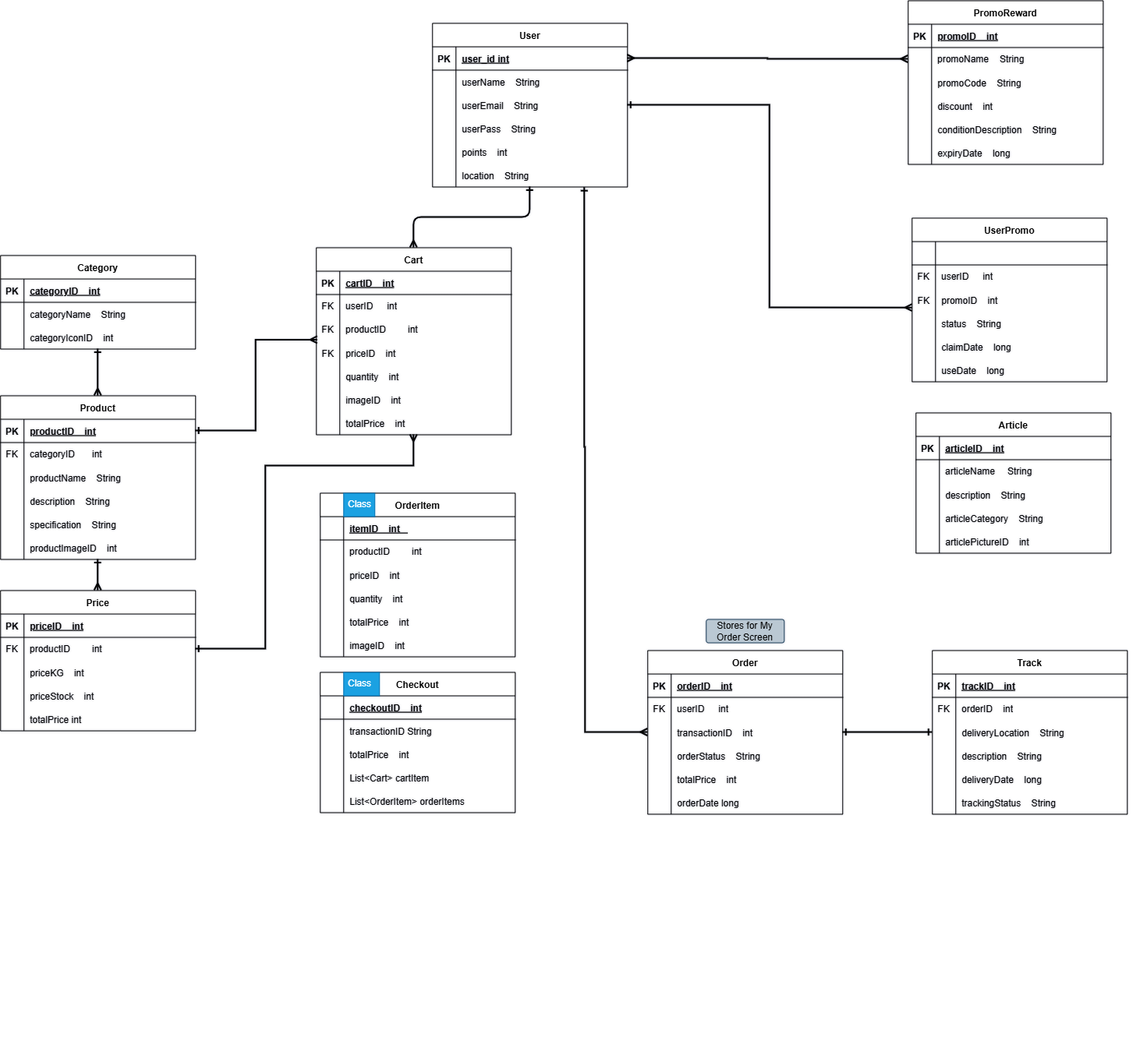
This is Documentation/ERD.png from DevX300/TaniMart-Android-App, a draw.io export, as it was before one commit. Source tidied: cells renumbered, new cells last; positions are measured from the earlier drawing's top-left corner, leaving out a move shared by most shapes.
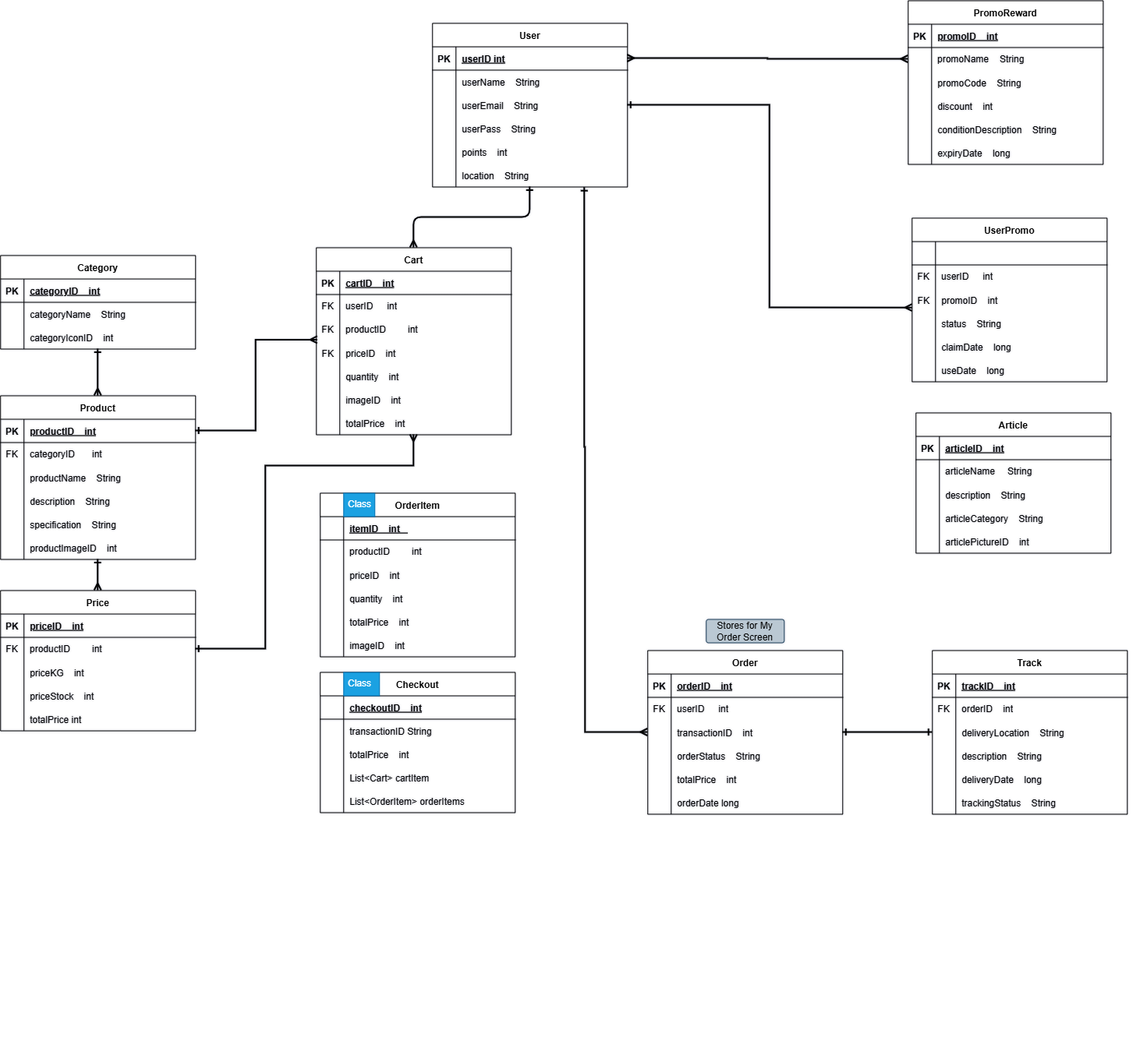
Later version of the same file.

The edit, as a diff of the source:
```diff
@@ -14,7 +14,7 @@
     <mxCell id="5" value="PK" style="shape=partialRectangle;overflow=hidden;fillColor=none;top=0;left=0;bottom=0;right=0;fontStyle=1;" parent="4" vertex="1">
       <mxGeometry width="30" height="30" as="geometry" />
     </mxCell>
-    <mxCell id="6" value="user_id int" style="shape=partialRectangle;overflow=hidden;fillColor=none;top=0;left=0;bottom=0;right=0;align=left;spacingLeft=6;fontStyle=5;" parent="4" vertex="1">
+    <mxCell id="6" value="userID int" style="shape=partialRectangle;overflow=hidden;fillColor=none;top=0;left=0;bottom=0;right=0;align=left;spacingLeft=6;fontStyle=5;" parent="4" vertex="1">
       <mxGeometry x="30" width="220" height="30" as="geometry" />
     </mxCell>
     <mxCell id="7" style="shape=partialRectangle;fillColor=none;top=0;left=0;right=0;bottom=0;" parent="3" vertex="1">
```
